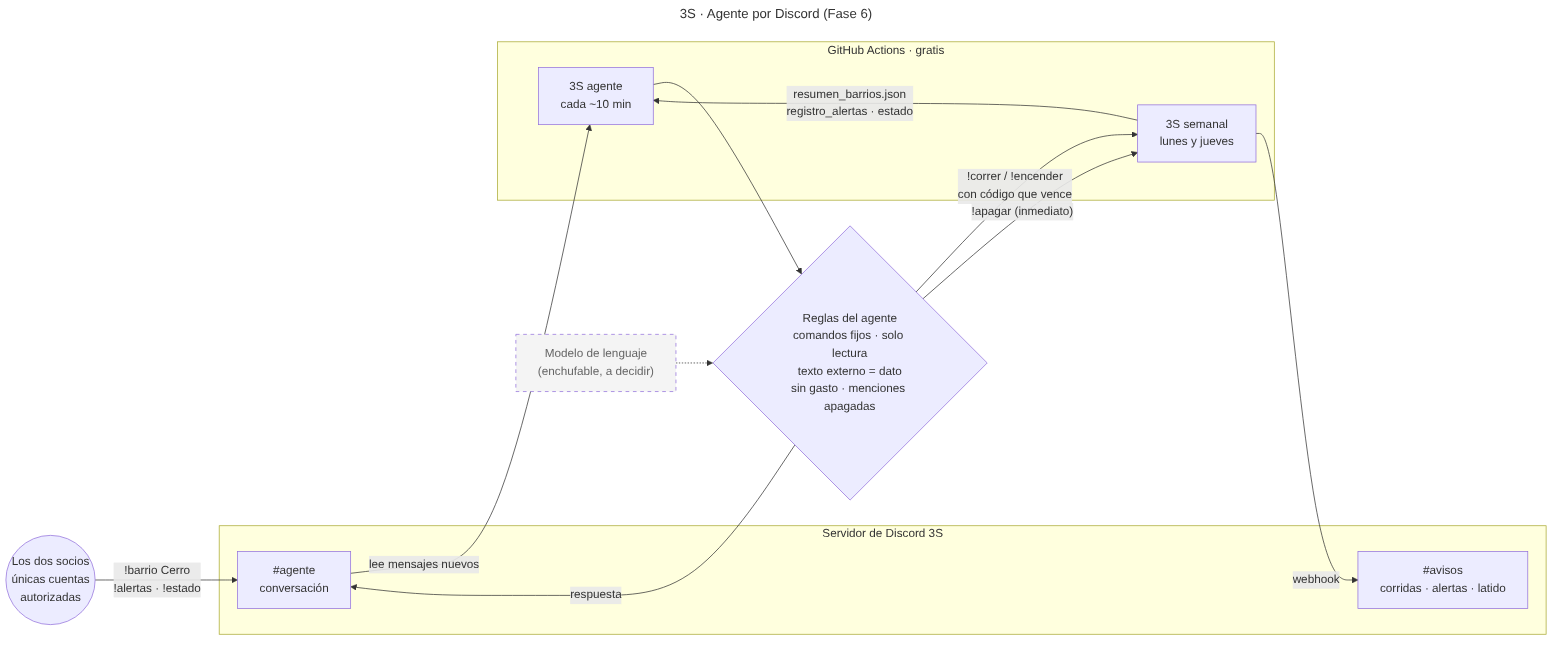
This is documentacion/diagramas/09_agente.png from lbenenatia/3s-self-sustained-system, a Mermaid export, as it was before one commit. Its source is kept beside it as documentacion/diagramas/09_agente.mmd.
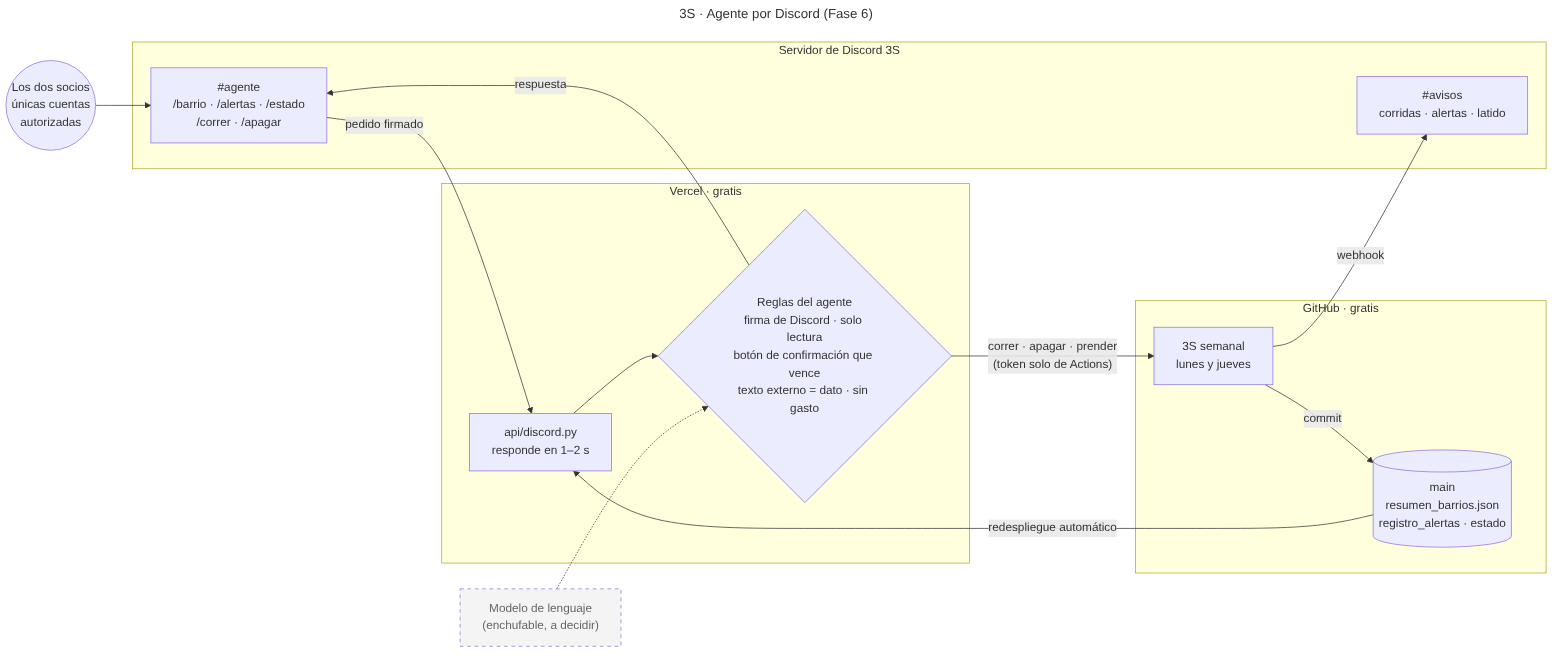
Above is the later version.

Diff of the diagram source:
```diff
@@ -2,22 +2,25 @@
 title: 3S · Agente por Discord (Fase 6)
 ---
 flowchart LR
+    H(("Los dos socios<br/>únicas cuentas<br/>autorizadas"))
     subgraph DC["Servidor de Discord 3S"]
+        AG["#agente<br/>/barrio · /alertas · /estado<br/>/correr · /apagar"]
         AV["#avisos<br/>corridas · alertas · latido"]
-        AG["#agente<br/>conversación"]
     end
-    H(("Los dos socios<br/>únicas cuentas<br/>autorizadas"))
-    H -- "!barrio Cerro<br/>!alertas · !estado" --> AG
-    subgraph GA["GitHub Actions · gratis"]
-        W["3S agente<br/>cada ~10 min"]
+    subgraph VC["Vercel · gratis"]
+        F["api/discord.py<br/>responde en 1–2 s"]
+        RG{"Reglas del agente<br/>firma de Discord · solo lectura<br/>botón de confirmación que vence<br/>texto externo = dato · sin gasto"}
+    end
+    subgraph GA["GitHub · gratis"]
         S["3S semanal<br/>lunes y jueves"]
+        D[("main<br/>resumen_barrios.json<br/>registro_alertas · estado")]
     end
-    AG -- "lee mensajes nuevos" --> W
-    W --> RG{"Reglas del agente<br/>comandos fijos · solo lectura<br/>texto externo = dato<br/>sin gasto · menciones apagadas"}
+    H --> AG
+    AG -- "pedido firmado" --> F --> RG
     RG -- "respuesta" --> AG
-    RG -- "!correr / !encender<br/>con código que vence" --> S
-    RG -- "!apagar (inmediato)" --> S
-    S -- "resumen_barrios.json<br/>registro_alertas · estado" --> W
+    RG -- "correr · apagar · prender<br/>(token solo de Actions)" --> S
+    S -- "commit" --> D
+    D -- "redespliegue automático" --> F
     S -- "webhook" --> AV
     M["Modelo de lenguaje<br/>(enchufable, a decidir)"]:::futuro -.-> RG
     classDef futuro stroke-dasharray: 5 5,fill:#f4f4f4,color:#666
```
